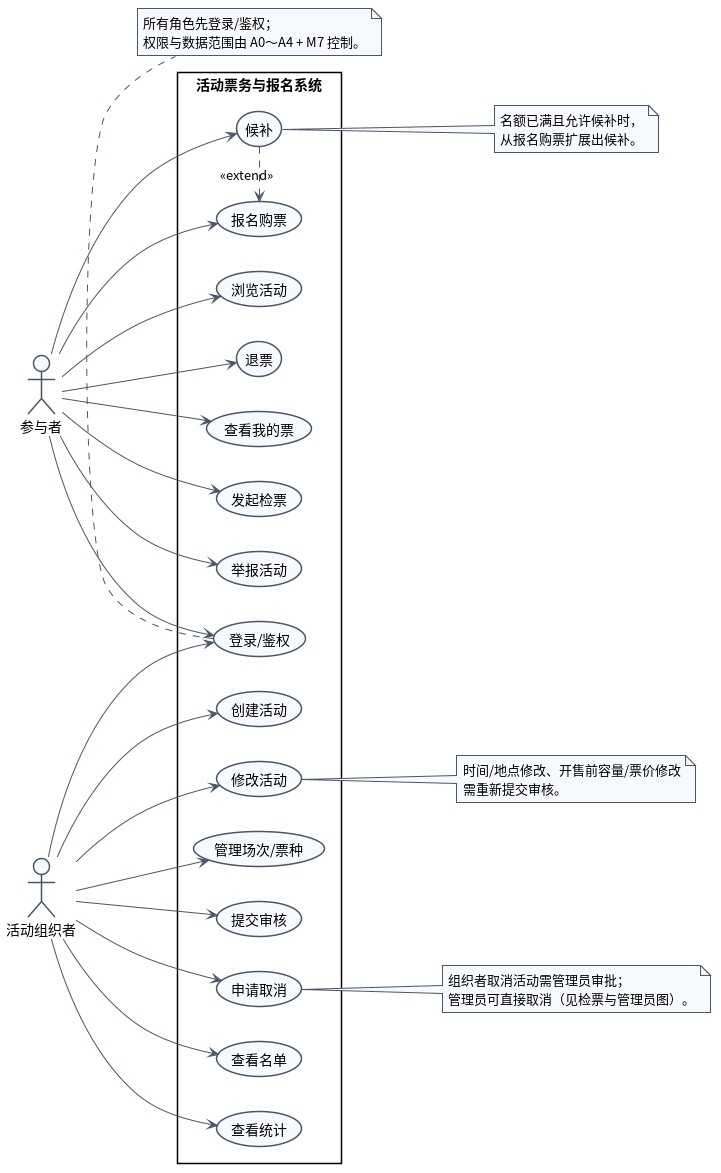
Earlier version of the PlantUML export lab2/UML/UML用例图_参与者与组织者.png (Lewis-44-China/se-lab1-requirements).
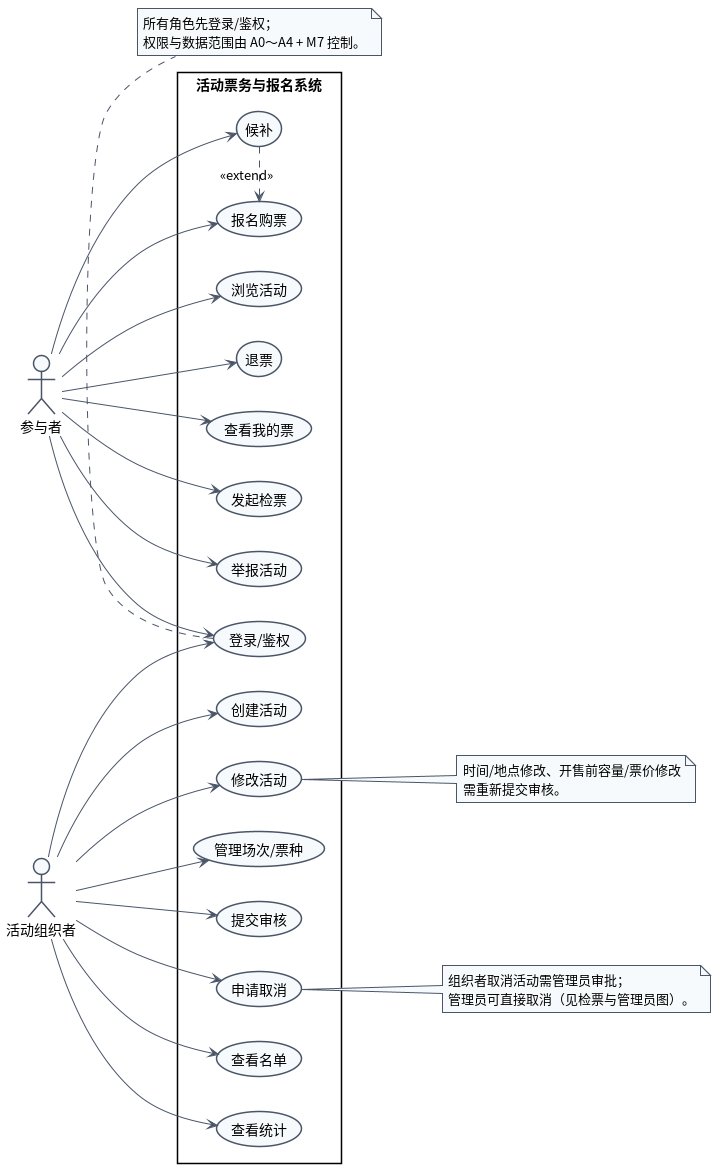
After the change.

Commit message:
lab2: 按课程用例图规则确认扩展方向并去掉注释

Change to the diagram source:
```diff
@@ -50,10 +50,7 @@
 Organizer --> Roster
 Organizer --> Stats
 Waitlist .> Register : <<extend>>
-note right of Waitlist
-  名额已满且允许候补时，
-  从报名购票扩展出候补。
-end note
+
 note bottom of Login
   所有角色先登录/鉴权；
   权限与数据范围由 A0～A4 + M7 控制。
```
